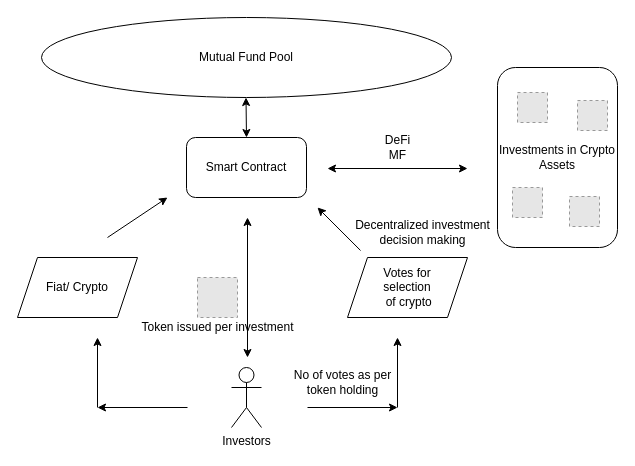
satyakamc/defiMF keeps this draw.io diagram as DefiMfConcept.drawio. Above is the earlier version. Source tidied: cells renumbered, new cells numbered last; positions are measured from the earlier drawing's top-left corner, leaving out a move shared by most shapes. Both pictures are drawn from the tidied source at 100%, with x=0, y=0 at pixel (17, 17). Pictures stored in the file or linked from it are replaced by grey dashed boxes.
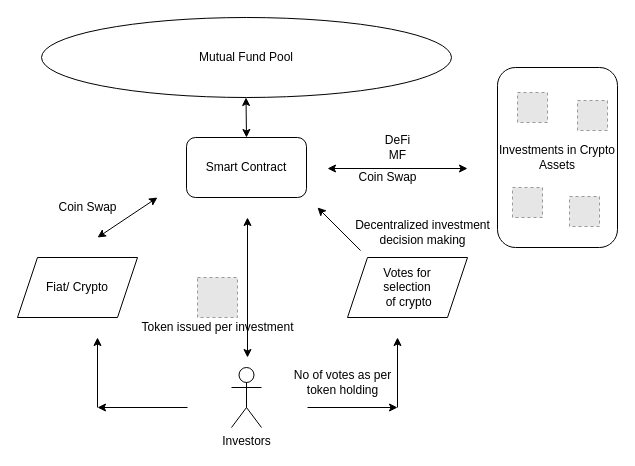
The same diagram, later.

Diff of the diagram source:
```diff
@@
-    <mxCell id="10" style="endArrow=classic;html=1;" parent="1" edge="1">
-      <mxGeometry relative="1" as="geometry">
-        <mxPoint x="90" y="220" as="sourcePoint" />
-        <mxPoint x="150" y="180" as="targetPoint" />
-      </mxGeometry>
-    </mxCell>
@@
+    <mxCell id="26" style="endArrow=classic;startArrow=classic;html=1;" parent="1" edge="1">
+      <mxGeometry relative="1" as="geometry">
+        <mxPoint x="80" y="220" as="sourcePoint" />
+        <mxPoint x="140" y="180" as="targetPoint" />
+      </mxGeometry>
+    </mxCell>
+    <mxCell id="27" value="Coin Swap" style="text;html=1;align=center;verticalAlign=middle;" parent="1" vertex="1">
+      <mxGeometry x="335" y="150" width="70" height="20" as="geometry" />
+    </mxCell>
+    <mxCell id="28" value="Coin Swap" style="text;html=1;align=center;verticalAlign=middle;" parent="1" vertex="1">
+      <mxGeometry x="35" y="180" width="70" height="20" as="geometry" />
+    </mxCell>
```
